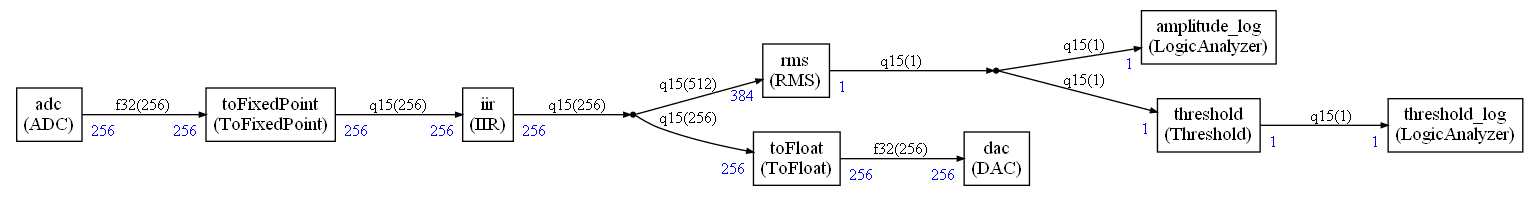
Above: ComputeGraph/Pictures/graph.png in Arm-Examples/CMSIS-Stream-PoC (Graphviz), before the change. Its source is kept beside it as ComputeGraph/Pictures/graph.dot.
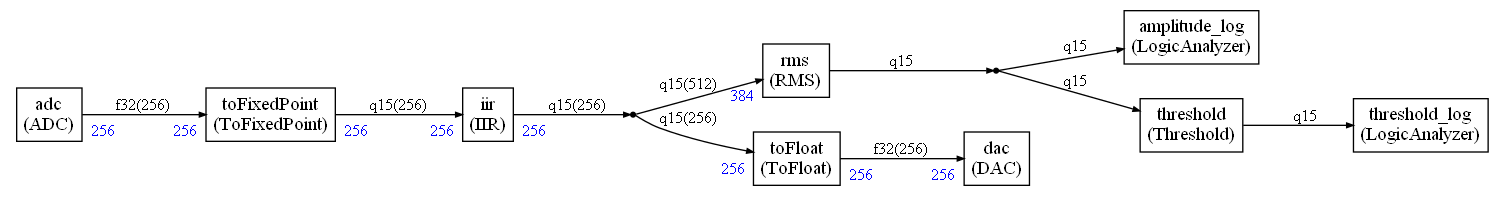
The same diagram one commit later.

Change to the diagram source:
```diff
@@ -92,11 +92,9 @@
 ,taillabel=<<TABLE BORDER="0" CELLPADDING="4"><TR><TD><FONT COLOR="blue" POINT-SIZE="12.0" >256</FONT>
 </TD></TR></TABLE>>]
 
-threshold:i -> threshold_log:i [style="solid",color="black",fontsize="12.0",fontcolor="black",label=<q15(1)>
-,headlabel=<<TABLE BORDER="0" CELLPADDING="4"><TR><TD><FONT COLOR="blue" POINT-SIZE="12.0" >1</FONT>
-</TD></TR></TABLE>>
-,taillabel=<<TABLE BORDER="0" CELLPADDING="4"><TR><TD><FONT COLOR="blue" POINT-SIZE="12.0" >1</FONT>
-</TD></TR></TABLE>>]
+threshold:i -> threshold_log:i [style="solid",color="black",fontsize="12.0",fontcolor="black",label=<q15>
+
+]
 
 iir:i ->
 dup0 [style="solid",color="black",fontsize="12.0",fontcolor="black",label=<q15(256)>
@@ -117,21 +115,18 @@
 ]
 
 rms:i ->
-dup1 [style="solid",color="black",fontsize="12.0",fontcolor="black",label=<q15(1)>
+dup1 [style="solid",color="black",fontsize="12.0",fontcolor="black",label=<q15>
 
-,taillabel=<<TABLE BORDER="0" CELLPADDING="4"><TR><TD><FONT COLOR="blue" POINT-SIZE="12.0" >1</FONT>
-</TD></TR></TABLE>>]
-
-
-dup1 -> threshold:i [style="solid",color="black",fontsize="12.0",fontcolor="black",label=<q15(1)>
-,headlabel=<<TABLE BORDER="0" CELLPADDING="4"><TR><TD><FONT COLOR="blue" POINT-SIZE="12.0" >1</FONT>
-</TD></TR></TABLE>>
 ]
 
 
-dup1 -> amplitude_log:i [style="solid",color="black",fontsize="12.0",fontcolor="black",label=<q15(1)>
-,headlabel=<<TABLE BORDER="0" CELLPADDING="4"><TR><TD><FONT COLOR="blue" POINT-SIZE="12.0" >1</FONT>
-</TD></TR></TABLE>>
+dup1 -> threshold:i [style="solid",color="black",fontsize="12.0",fontcolor="black",label=<q15>
+
+]
+
+
+dup1 -> amplitude_log:i [style="solid",color="black",fontsize="12.0",fontcolor="black",label=<q15>
+
 ]
 
 
```
